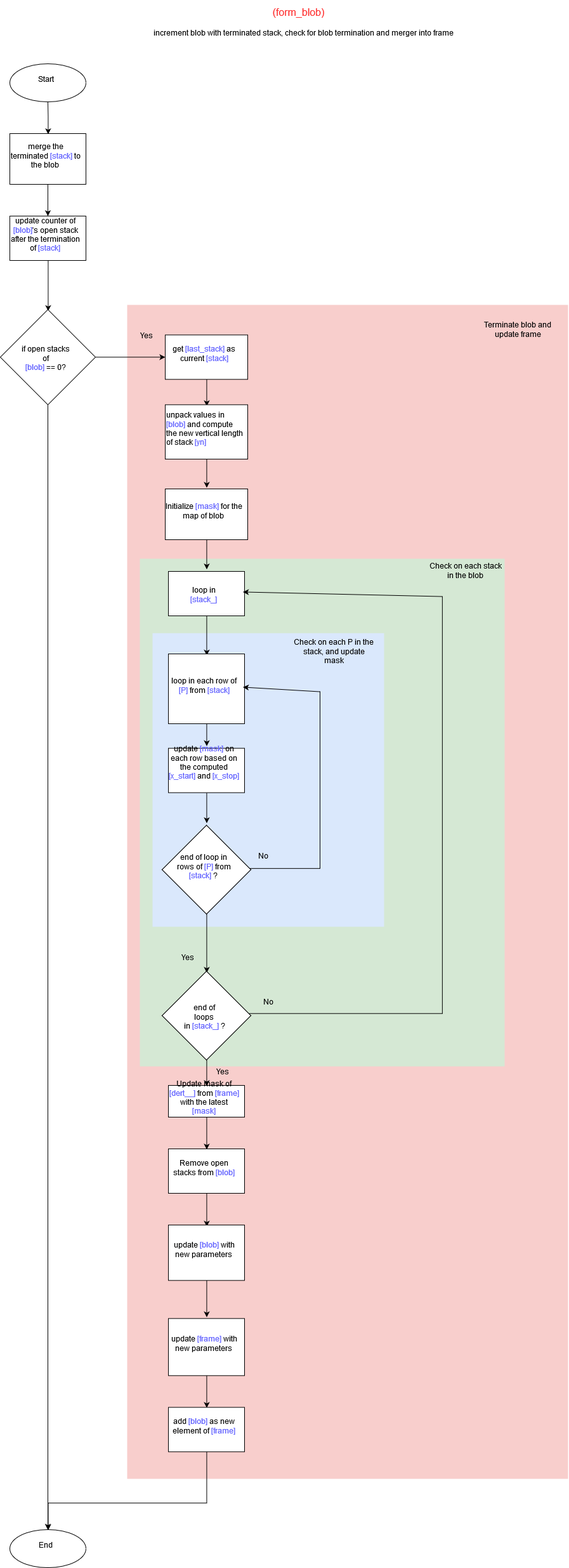
Above: docs/assets/form_blob.png in boris-kz/CogAlg (draw.io), before the change. Source tidied: cells renumbered, new cells last; positions are measured from the earlier drawing's top-left corner, leaving out a move shared by most shapes.
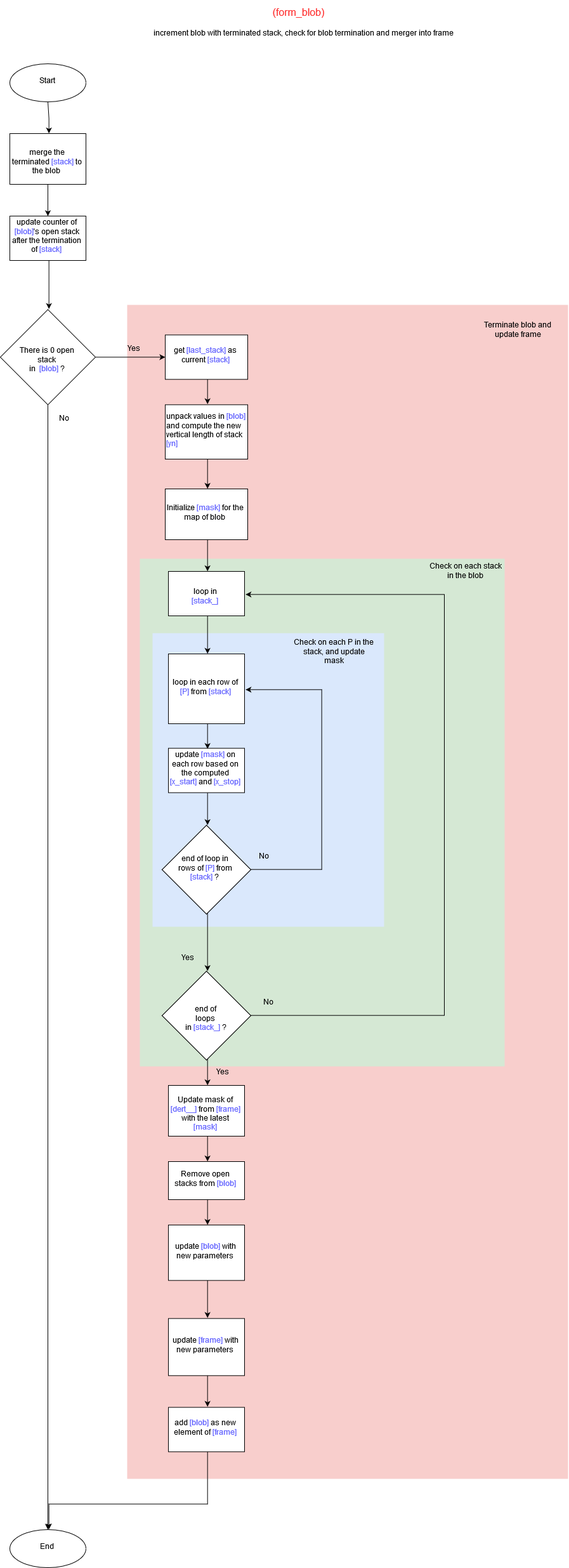
Above is the later version.

The edit, as a diff of the source:
```diff
@@ -91,13 +91,13 @@
       <mxGeometry relative="1" as="geometry" />
     </mxCell>
     <mxCell id="28" value="&lt;div&gt;&lt;div&gt;Update mask of &lt;font color=&quot;#6666FF&quot;&gt;[dert__]&lt;/font&gt; from &lt;font color=&quot;#6666FF&quot;&gt;[frame]&lt;/font&gt; with the latest &lt;font color=&quot;#6666FF&quot;&gt;[mask]&lt;font color=&quot;#000000&quot;&gt; &lt;/font&gt;&lt;br&gt;&lt;/font&gt;&lt;/div&gt;&lt;/div&gt;" style="rounded=0;whiteSpace=wrap;html=1;" parent="1" vertex="1">
-      <mxGeometry x="265" y="1710" width="120" height="50" as="geometry" />
+      <mxGeometry x="265" y="1710" width="120" height="80" as="geometry" />
     </mxCell>
     <mxCell id="29" style="edgeStyle=orthogonalEdgeStyle;rounded=0;jettySize=auto;html=1;entryX=0.5;entryY=0;entryDx=0;entryDy=0;" parent="1" edge="1" source="30" target="32">
       <mxGeometry relative="1" as="geometry" />
     </mxCell>
     <mxCell id="30" value="&lt;div&gt;&lt;div&gt;Remove open stacks from &lt;font color=&quot;#6666FF&quot;&gt;[blob]&lt;/font&gt;&lt;/div&gt;&lt;/div&gt;" style="rounded=0;whiteSpace=wrap;html=1;" parent="1" vertex="1">
-      <mxGeometry x="265" y="1810" width="120" height="70" as="geometry" />
+      <mxGeometry x="265" y="1830" width="120" height="60" as="geometry" />
     </mxCell>
     <mxCell id="31" style="edgeStyle=orthogonalEdgeStyle;rounded=0;jettySize=auto;html=1;entryX=0.5;entryY=0;entryDx=0;entryDy=0;" parent="1" edge="1" source="32" target="34">
       <mxGeometry relative="1" as="geometry" />
@@ -128,7 +128,7 @@
     <mxCell id="38" style="edgeStyle=orthogonalEdgeStyle;rounded=0;jettySize=auto;html=1;" parent="1" edge="1" source="39" target="12">
       <mxGeometry relative="1" as="geometry" />
     </mxCell>
-    <mxCell id="39" value="&lt;div&gt;if open stacks of &lt;br&gt;&lt;/div&gt;&lt;div&gt;&lt;font color=&quot;#6666FF&quot;&gt;[blob]&lt;/font&gt; == 0?&lt;/div&gt;" style="rhombus;whiteSpace=wrap;html=1;" parent="1" vertex="1">
+    <mxCell id="39" value="&lt;div&gt;There is 0 open stack &lt;br&gt;&lt;/div&gt;&lt;div&gt;in&amp;nbsp; &lt;font color=&quot;#6666FF&quot;&gt;[blob] &lt;font color=&quot;#000000&quot;&gt;?&lt;/font&gt;&lt;/font&gt; &lt;br&gt;&lt;/div&gt;" style="rhombus;whiteSpace=wrap;html=1;" parent="1" vertex="1">
       <mxGeometry y="487.4" width="150" height="150" as="geometry" />
     </mxCell>
     <mxCell id="40" style="edgeStyle=orthogonalEdgeStyle;rounded=0;jettySize=auto;html=1;entryX=0.5;entryY=0;entryDx=0;entryDy=0;" parent="1" edge="1" source="41" target="43">
@@ -150,7 +150,7 @@
       <mxGeometry x="260" y="770" width="130" height="80" as="geometry" />
     </mxCell>
     <mxCell id="46" value="Yes" style="text;html=1;strokeColor=none;fillColor=none;align=center;verticalAlign=middle;whiteSpace=wrap;rounded=0;" parent="1" vertex="1">
-      <mxGeometry x="210" y="520" width="40" height="20" as="geometry" />
+      <mxGeometry x="190" y="540" width="40" height="20" as="geometry" />
     </mxCell>
     <mxCell id="47" value="Terminate blob and update frame" style="text;html=1;strokeColor=none;fillColor=none;align=center;verticalAlign=middle;whiteSpace=wrap;rounded=0;" parent="1" vertex="1">
       <mxGeometry x="750" y="490" width="130" height="60" as="geometry" />
@@ -170,5 +170,8 @@
     <mxCell id="52" value="No" style="text;html=1;strokeColor=none;fillColor=none;align=center;verticalAlign=middle;whiteSpace=wrap;rounded=0;" parent="1" vertex="1">
       <mxGeometry x="402.5" y="1570" width="40" height="20" as="geometry" />
     </mxCell>
+    <mxCell id="53" value="No" style="text;html=1;strokeColor=none;fillColor=none;align=center;verticalAlign=middle;whiteSpace=wrap;rounded=0;" parent="1" vertex="1">
+      <mxGeometry x="80" y="650" width="40" height="20" as="geometry" />
+    </mxCell>
   </root>
 </mxGraphModel>
```
